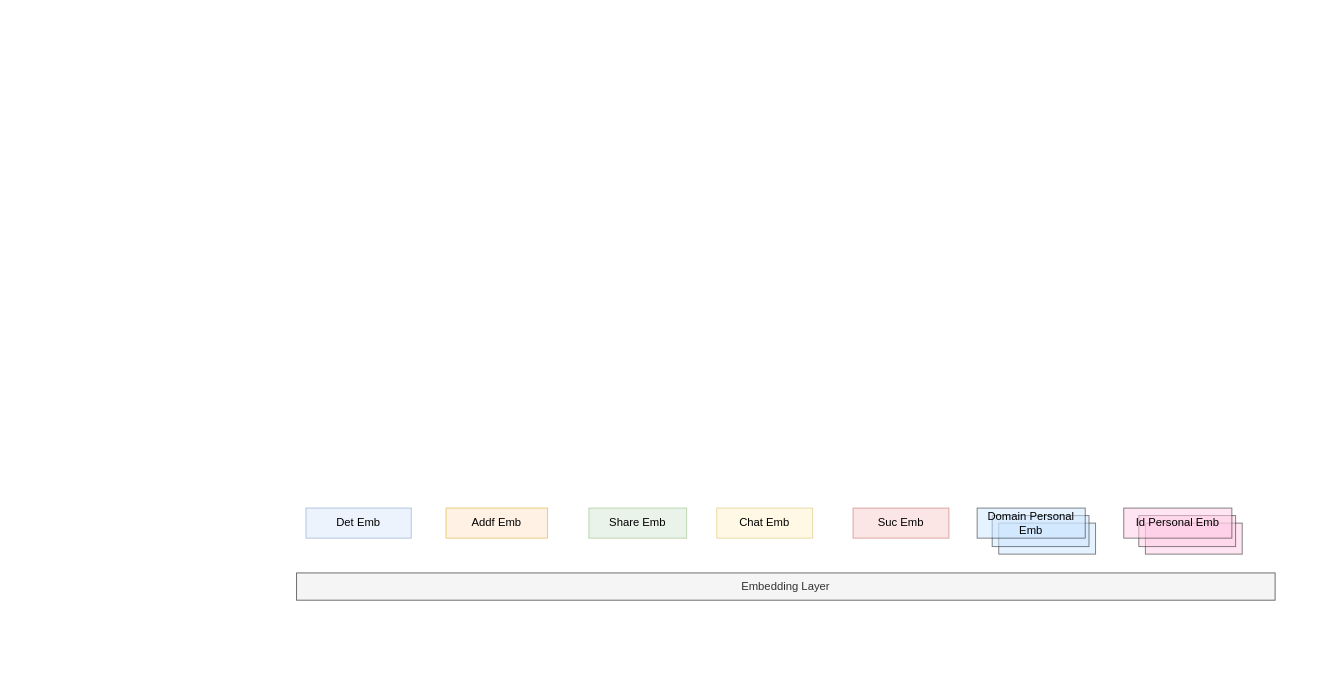
Before: 未命名绘图.drawio in HSUAID/Machine-Translation-by-Transformer, a draw.io diagram. Source tidied: cells renumbered, new cells numbered last; positions are measured from the earlier drawing's top-left corner, leaving out a move shared by most shapes. Both pictures are drawn from the tidied source at 94%, with x=0, y=0 at pixel (296, 508).
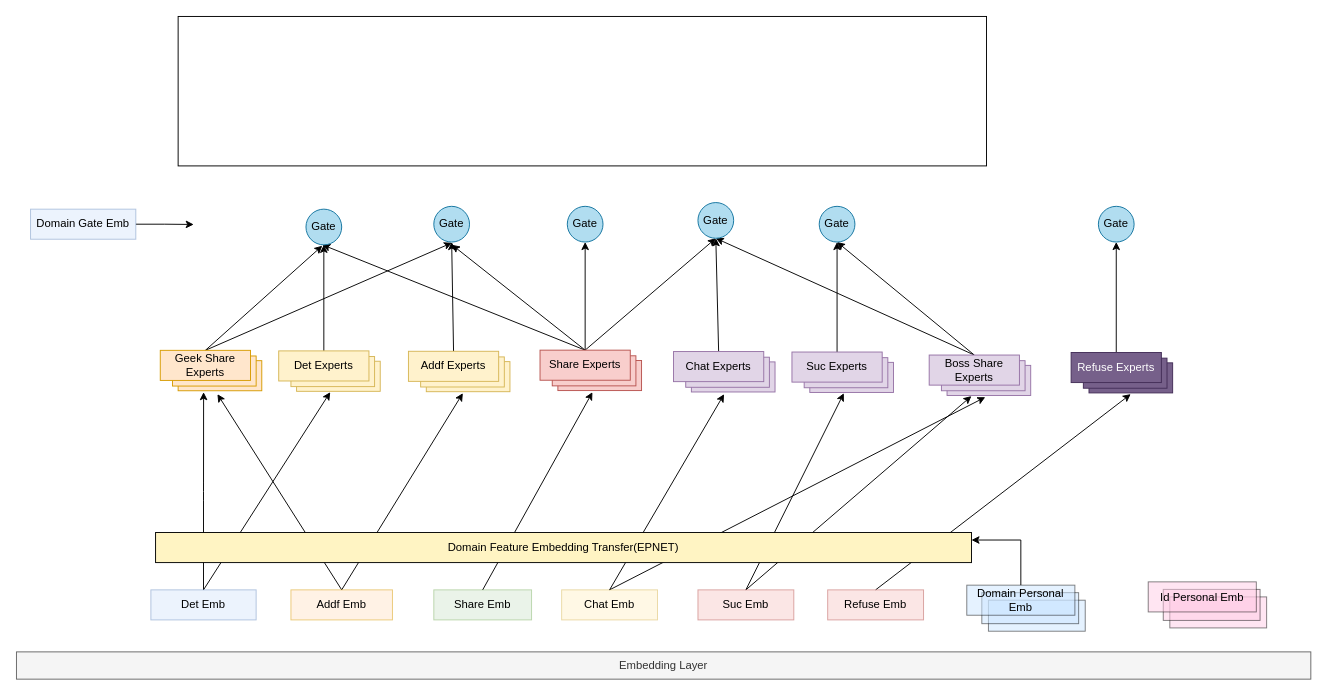
The same diagram, later.

Commit message (it also covers changes not shown here):
更新未命名绘图.drawio

Change to the diagram source:
```diff
@@
     <mxCell id="2" value="Embedding Layer" style="whiteSpace=wrap;html=1;fillColor=#f5f5f5;fontColor=#333333;strokeColor=#666666;" parent="1" vertex="1">
-      <mxGeometry y="69" width="1041" height="29" as="geometry" />
+      <mxGeometry x="-298" y="153" width="1377" height="29" as="geometry" />
     </mxCell>
+    <mxCell id="14" style="edgeStyle=orthogonalEdgeStyle;rounded=1;jettySize=auto;html=1;exitX=0.5;exitY=0;exitDx=0;exitDy=0;curved=0;" parent="1" edge="1" source="3">
+      <mxGeometry relative="1" as="geometry">
+        <mxPoint x="-98.9" y="-123.3" as="targetPoint" />
+      </mxGeometry>
+    </mxCell>
+    <mxCell id="15" style="rounded=1;jettySize=auto;html=1;exitX=0.5;exitY=0;exitDx=0;exitDy=0;curved=0;" parent="1" edge="1" source="3">
+      <mxGeometry relative="1" as="geometry">
+        <mxPoint x="35.8" y="-123.3" as="targetPoint" />
+      </mxGeometry>
+    </mxCell>
     <mxCell id="3" value="Det Emb" style="rounded=0;whiteSpace=wrap;html=1;fillColor=#dae8fc;strokeColor=#6c8ebf;opacity=50;" parent="1" vertex="1">
-      <mxGeometry x="10" width="112" height="32" as="geometry" />
+      <mxGeometry x="-155" y="87" width="112" height="32" as="geometry" />
     </mxCell>
+    <mxCell id="16" style="edgeStyle=orthogonalEdgeStyle;rounded=1;jettySize=auto;html=1;exitX=0.5;exitY=0;exitDx=0;exitDy=0;curved=0;strokeColor=none;" parent="1" edge="1" source="4">
+      <mxGeometry relative="1" as="geometry">
+        <mxPoint x="-74.7" y="-124.3" as="targetPoint" />
+      </mxGeometry>
+    </mxCell>
+    <mxCell id="17" style="rounded=1;jettySize=auto;html=1;exitX=0.5;exitY=0;exitDx=0;exitDy=0;curved=0;" parent="1" edge="1" source="4">
+      <mxGeometry relative="1" as="geometry">
+        <mxPoint x="-84.2" y="-121.2" as="targetPoint" />
+      </mxGeometry>
+    </mxCell>
+    <mxCell id="18" style="rounded=1;jettySize=auto;html=1;exitX=0.5;exitY=0;exitDx=0;exitDy=0;curved=0;" parent="1" edge="1" source="4">
+      <mxGeometry relative="1" as="geometry">
+        <mxPoint x="176.9" y="-122.2" as="targetPoint" />
+      </mxGeometry>
+    </mxCell>
     <mxCell id="4" value="Addf Emb" style="rounded=0;whiteSpace=wrap;html=1;fillColor=#ffe6cc;strokeColor=#d79b00;opacity=50;" parent="1" vertex="1">
-      <mxGeometry x="159" width="108" height="32" as="geometry" />
+      <mxGeometry x="-6" y="87" width="108" height="32" as="geometry" />
     </mxCell>
+    <mxCell id="19" style="rounded=1;jettySize=auto;html=1;exitX=0.5;exitY=0;exitDx=0;exitDy=0;curved=0;" parent="1" edge="1" source="5">
+      <mxGeometry relative="1" as="geometry">
+        <mxPoint x="732.7" y="-118" as="targetPoint" />
+      </mxGeometry>
+    </mxCell>
     <mxCell id="5" value="Chat Emb" style="rounded=0;whiteSpace=wrap;html=1;fillColor=#fff2cc;strokeColor=#d6b656;opacity=50;" parent="1" vertex="1">
-      <mxGeometry x="447" width="102" height="32" as="geometry" />
+      <mxGeometry x="282" y="87" width="102" height="32" as="geometry" />
     </mxCell>
+    <mxCell id="20" style="rounded=1;jettySize=auto;html=1;exitX=0.5;exitY=0;exitDx=0;exitDy=0;curved=0;" parent="1" edge="1" source="6">
+      <mxGeometry relative="1" as="geometry">
+        <mxPoint x="582.2" y="-122.2" as="targetPoint" />
+      </mxGeometry>
+    </mxCell>
+    <mxCell id="21" style="rounded=1;jettySize=auto;html=1;exitX=0.5;exitY=0;exitDx=0;exitDy=0;curved=0;" parent="1" edge="1" source="6">
+      <mxGeometry relative="1" as="geometry">
+        <mxPoint x="717.9" y="-119.1" as="targetPoint" />
+      </mxGeometry>
+    </mxCell>
     <mxCell id="6" value="Suc Emb" style="rounded=0;whiteSpace=wrap;html=1;fillColor=#f8cecc;strokeColor=#b85450;opacity=50;" parent="1" vertex="1">
-      <mxGeometry x="592" width="102" height="32" as="geometry" />
+      <mxGeometry x="427" y="87" width="102" height="32" as="geometry" />
     </mxCell>
     <mxCell id="7" value="Share Emb" style="rounded=0;whiteSpace=wrap;html=1;fillColor=#d5e8d4;strokeColor=#82b366;opacity=50;" parent="1" vertex="1">
-      <mxGeometry x="311" width="104" height="32" as="geometry" />
+      <mxGeometry x="146" y="87" width="104" height="32" as="geometry" />
     </mxCell>
     <mxCell id="8" style="whiteSpace=wrap;html=1;fillColor=#CCE5FF;opacity=50;" parent="1" vertex="1">
-      <mxGeometry x="747" y="16" width="103" height="33" as="geometry" />
+      <mxGeometry x="736" y="98" width="103" height="33" as="geometry" />
     </mxCell>
     <mxCell id="9" style="whiteSpace=wrap;html=1;fillColor=#CCE5FF;opacity=50;" parent="1" vertex="1">
-      <mxGeometry x="740" y="8" width="103" height="33" as="geometry" />
+      <mxGeometry x="729" y="90" width="103" height="33" as="geometry" />
     </mxCell>
+    <mxCell id="22" style="edgeStyle=orthogonalEdgeStyle;rounded=0;jettySize=auto;html=1;exitX=0.5;exitY=0;exitDx=0;exitDy=0;entryX=1;entryY=0.25;entryDx=0;entryDy=0;" parent="1" edge="1" source="10" target="64">
+      <mxGeometry relative="1" as="geometry" />
+    </mxCell>
     <mxCell id="10" value="Domain Personal Emb" style="rounded=0;whiteSpace=wrap;html=1;fillColor=#CCE5FF;opacity=50;" parent="1" vertex="1">
-      <mxGeometry x="724" width="115" height="32" as="geometry" />
+      <mxGeometry x="713" y="82" width="115" height="32" as="geometry" />
     </mxCell>
     <mxCell id="11" style="whiteSpace=wrap;html=1;gradientColor=none;fillColor=#FFCCE6;opacity=50;" parent="1" vertex="1">
-      <mxGeometry x="903" y="16" width="103" height="33" as="geometry" />
+      <mxGeometry x="929" y="94.5" width="103" height="33" as="geometry" />
     </mxCell>
     <mxCell id="12" style="whiteSpace=wrap;html=1;gradientColor=none;fillColor=#FFCCE6;opacity=50;" parent="1" vertex="1">
-      <mxGeometry x="896" y="8" width="103" height="33" as="geometry" />
+      <mxGeometry x="922" y="86.5" width="103" height="33" as="geometry" />
     </mxCell>
     <mxCell id="13" value="Id Personal Emb" style="rounded=0;whiteSpace=wrap;html=1;gradientColor=none;fillColor=#FFCCE6;opacity=50;" parent="1" vertex="1">
-      <mxGeometry x="880" width="115" height="32" as="geometry" />
+      <mxGeometry x="906" y="78.5" width="115" height="32" as="geometry" />
     </mxCell>
+    <mxCell id="23" style="rounded=0;whiteSpace=wrap;html=1;fillColor=#ffe6cc;strokeColor=#d79b00;" parent="1" vertex="1">
+      <mxGeometry x="-126" y="-156.8" width="89" height="32" as="geometry" />
+    </mxCell>
+    <mxCell id="24" style="rounded=0;whiteSpace=wrap;html=1;fillColor=#ffe6cc;strokeColor=#d79b00;" parent="1" vertex="1">
+      <mxGeometry x="-132" y="-161.8" width="89" height="32" as="geometry" />
+    </mxCell>
+    <mxCell id="25" style="rounded=0;jettySize=auto;html=1;exitX=0.5;exitY=0;exitDx=0;exitDy=0;" parent="1" edge="1" source="27">
+      <mxGeometry relative="1" as="geometry">
+        <mxPoint x="27.4" y="-279.1" as="targetPoint" />
+      </mxGeometry>
+    </mxCell>
+    <mxCell id="26" style="rounded=0;jettySize=auto;html=1;exitX=0.5;exitY=0;exitDx=0;exitDy=0;" parent="1" edge="1" source="27">
+      <mxGeometry relative="1" as="geometry">
+        <mxPoint x="165.3" y="-282.2" as="targetPoint" />
+      </mxGeometry>
+    </mxCell>
+    <mxCell id="27" value="Geek Share Experts" style="rounded=0;whiteSpace=wrap;html=1;fillColor=#ffe6cc;strokeColor=#d79b00;" parent="1" vertex="1">
+      <mxGeometry x="-145" y="-167.8" width="96" height="32" as="geometry" />
+    </mxCell>
+    <mxCell id="28" style="rounded=0;whiteSpace=wrap;html=1;fillColor=#fff2cc;strokeColor=#d6b656;" parent="1" vertex="1">
+      <mxGeometry y="-156.2" width="89" height="32" as="geometry" />
+    </mxCell>
+    <mxCell id="29" style="rounded=0;whiteSpace=wrap;html=1;fillColor=#fff2cc;strokeColor=#d6b656;" parent="1" vertex="1">
+      <mxGeometry x="-6" y="-161.2" width="89" height="32" as="geometry" />
+    </mxCell>
+    <mxCell id="30" style="rounded=0;jettySize=auto;html=1;exitX=0.5;exitY=0;exitDx=0;exitDy=0;entryX=0.5;entryY=1;entryDx=0;entryDy=0;" parent="1" edge="1" source="31" target="65">
+      <mxGeometry relative="1" as="geometry" />
+    </mxCell>
+    <mxCell id="31" value="Det Experts" style="rounded=0;whiteSpace=wrap;html=1;fillColor=#fff2cc;strokeColor=#d6b656;" parent="1" vertex="1">
+      <mxGeometry x="-19" y="-167.2" width="96" height="32" as="geometry" />
+    </mxCell>
+    <mxCell id="32" style="rounded=0;whiteSpace=wrap;html=1;fillColor=#fff2cc;strokeColor=#d6b656;" parent="1" vertex="1">
+      <mxGeometry x="138" y="-155.8" width="89" height="32" as="geometry" />
+    </mxCell>
+    <mxCell id="33" style="rounded=0;whiteSpace=wrap;html=1;fillColor=#fff2cc;strokeColor=#d6b656;" parent="1" vertex="1">
+      <mxGeometry x="132" y="-160.8" width="89" height="32" as="geometry" />
+    </mxCell>
+    <mxCell id="34" style="rounded=0;jettySize=auto;html=1;exitX=0.5;exitY=0;exitDx=0;exitDy=0;entryX=0.5;entryY=1;entryDx=0;entryDy=0;" parent="1" edge="1" source="35" target="66">
+      <mxGeometry relative="1" as="geometry" />
+    </mxCell>
+    <mxCell id="35" value="Addf Experts" style="rounded=0;whiteSpace=wrap;html=1;fillColor=#fff2cc;strokeColor=#d6b656;" parent="1" vertex="1">
+      <mxGeometry x="119" y="-166.8" width="96" height="32" as="geometry" />
+    </mxCell>
+    <mxCell id="36" style="rounded=0;whiteSpace=wrap;html=1;fillColor=#e1d5e7;strokeColor=#9673a6;" parent="1" vertex="1">
+      <mxGeometry x="420" y="-155.5" width="89" height="32" as="geometry" />
+    </mxCell>
+    <mxCell id="37" style="rounded=0;whiteSpace=wrap;html=1;fillColor=#e1d5e7;strokeColor=#9673a6;" parent="1" vertex="1">
+      <mxGeometry x="414" y="-160.5" width="89" height="32" as="geometry" />
+    </mxCell>
+    <mxCell id="38" style="rounded=0;jettySize=auto;html=1;exitX=0.5;exitY=0;exitDx=0;exitDy=0;entryX=0.5;entryY=1;entryDx=0;entryDy=0;" parent="1" edge="1" source="39" target="68">
+      <mxGeometry relative="1" as="geometry" />
+    </mxCell>
+    <mxCell id="39" value="Chat Experts" style="rounded=0;whiteSpace=wrap;html=1;fillColor=#e1d5e7;strokeColor=#9673a6;" parent="1" vertex="1">
+      <mxGeometry x="401" y="-166.5" width="96" height="32" as="geometry" />
+    </mxCell>
+    <mxCell id="40" style="rounded=0;whiteSpace=wrap;html=1;fillColor=#e1d5e7;strokeColor=#9673a6;" parent="1" vertex="1">
+      <mxGeometry x="546" y="-155" width="89" height="32" as="geometry" />
+    </mxCell>
+    <mxCell id="41" style="rounded=0;whiteSpace=wrap;html=1;fillColor=#e1d5e7;strokeColor=#9673a6;" parent="1" vertex="1">
+      <mxGeometry x="540" y="-160" width="89" height="32" as="geometry" />
+    </mxCell>
+    <mxCell id="42" style="rounded=0;jettySize=auto;html=1;exitX=0.5;exitY=0;exitDx=0;exitDy=0;entryX=0.5;entryY=1;entryDx=0;entryDy=0;" parent="1" edge="1" source="43" target="69">
+      <mxGeometry relative="1" as="geometry" />
+    </mxCell>
+    <mxCell id="43" value="Suc Experts" style="rounded=0;whiteSpace=wrap;html=1;fillColor=#e1d5e7;strokeColor=#9673a6;" parent="1" vertex="1">
+      <mxGeometry x="527" y="-166" width="96" height="32" as="geometry" />
+    </mxCell>
+    <mxCell id="44" style="rounded=0;whiteSpace=wrap;html=1;fillColor=#e1d5e7;strokeColor=#9673a6;" parent="1" vertex="1">
+      <mxGeometry x="692" y="-151.8" width="89" height="32" as="geometry" />
+    </mxCell>
+    <mxCell id="45" style="rounded=0;whiteSpace=wrap;html=1;fillColor=#e1d5e7;strokeColor=#9673a6;" parent="1" vertex="1">
+      <mxGeometry x="686" y="-156.8" width="89" height="32" as="geometry" />
+    </mxCell>
+    <mxCell id="46" style="rounded=0;jettySize=auto;html=1;exitX=0.5;exitY=0;exitDx=0;exitDy=0;entryX=0.5;entryY=1;entryDx=0;entryDy=0;" parent="1" edge="1" source="48" target="68">
+      <mxGeometry relative="1" as="geometry" />
+    </mxCell>
+    <mxCell id="47" style="rounded=0;jettySize=auto;html=1;exitX=0.5;exitY=0;exitDx=0;exitDy=0;entryX=0.5;entryY=1;entryDx=0;entryDy=0;" parent="1" edge="1" source="48" target="69">
+      <mxGeometry relative="1" as="geometry" />
+    </mxCell>
+    <mxCell id="48" value="Boss Share Experts" style="rounded=0;whiteSpace=wrap;html=1;fillColor=#e1d5e7;strokeColor=#9673a6;" parent="1" vertex="1">
+      <mxGeometry x="673" y="-162.8" width="96" height="32" as="geometry" />
+    </mxCell>
+    <mxCell id="49" style="rounded=0;whiteSpace=wrap;html=1;fillColor=#f8cecc;strokeColor=#b85450;" parent="1" vertex="1">
+      <mxGeometry x="278" y="-157" width="89" height="32" as="geometry" />
+    </mxCell>
+    <mxCell id="50" style="rounded=0;whiteSpace=wrap;html=1;fillColor=#f8cecc;strokeColor=#b85450;" parent="1" vertex="1">
+      <mxGeometry x="272" y="-162" width="89" height="32" as="geometry" />
+    </mxCell>
+    <mxCell id="51" style="rounded=0;jettySize=auto;html=1;exitX=0.5;exitY=0;exitDx=0;exitDy=0;" parent="1" edge="1" source="55">
+      <mxGeometry relative="1" as="geometry">
+        <mxPoint x="27.4" y="-280.1" as="targetPoint" />
+      </mxGeometry>
+    </mxCell>
+    <mxCell id="52" style="rounded=0;jettySize=auto;html=1;exitX=0.5;exitY=0;exitDx=0;exitDy=0;" parent="1" edge="1" source="55">
+      <mxGeometry relative="1" as="geometry">
+        <mxPoint x="165.3" y="-280.1" as="targetPoint" />
+      </mxGeometry>
+    </mxCell>
+    <mxCell id="53" style="edgeStyle=orthogonalEdgeStyle;rounded=0;jettySize=auto;html=1;exitX=0.5;exitY=0;exitDx=0;exitDy=0;entryX=0.5;entryY=1;entryDx=0;entryDy=0;" parent="1" edge="1" source="55" target="67">
+      <mxGeometry relative="1" as="geometry" />
+    </mxCell>
+    <mxCell id="54" style="rounded=0;jettySize=auto;html=1;exitX=0.5;exitY=0;exitDx=0;exitDy=0;entryX=0.5;entryY=1;entryDx=0;entryDy=0;" parent="1" edge="1" source="55" target="68">
+      <mxGeometry relative="1" as="geometry" />
+    </mxCell>
+    <mxCell id="55" value="Share Experts" style="rounded=0;whiteSpace=wrap;html=1;fillColor=#f8cecc;strokeColor=#b85450;" parent="1" vertex="1">
+      <mxGeometry x="259" y="-168" width="96" height="32" as="geometry" />
+    </mxCell>
+    <mxCell id="56" style="rounded=1;jettySize=auto;html=1;exitX=0.5;exitY=0;exitDx=0;exitDy=0;curved=0;" parent="1" edge="1" source="57">
+      <mxGeometry relative="1" as="geometry">
+        <mxPoint x="887.4" y="-121.2" as="targetPoint" />
+      </mxGeometry>
+    </mxCell>
+    <mxCell id="57" value="Refuse Emb" style="rounded=0;whiteSpace=wrap;html=1;fillColor=#f8cecc;strokeColor=#b85450;opacity=50;" parent="1" vertex="1">
+      <mxGeometry x="565" y="87" width="102" height="32" as="geometry" />
+    </mxCell>
+    <mxCell id="58" style="rounded=1;jettySize=auto;html=1;exitX=0.5;exitY=0;exitDx=0;exitDy=0;entryX=0.413;entryY=1.054;entryDx=0;entryDy=0;entryPerimeter=0;curved=0;" parent="1" edge="1" source="7" target="49">
+      <mxGeometry relative="1" as="geometry" />
+    </mxCell>
+    <mxCell id="59" style="rounded=1;jettySize=auto;html=1;exitX=0.5;exitY=0;exitDx=0;exitDy=0;entryX=0.391;entryY=1.073;entryDx=0;entryDy=0;entryPerimeter=0;curved=0;" parent="1" edge="1" source="5" target="36">
+      <mxGeometry relative="1" as="geometry" />
+    </mxCell>
+    <mxCell id="60" style="rounded=0;whiteSpace=wrap;html=1;fillColor=#76608a;strokeColor=#432D57;fontColor=#ffffff;" parent="1" vertex="1">
+      <mxGeometry x="843" y="-154.5" width="89" height="32" as="geometry" />
+    </mxCell>
+    <mxCell id="61" style="rounded=0;whiteSpace=wrap;html=1;fillColor=#76608a;strokeColor=#432D57;fontColor=#ffffff;" parent="1" vertex="1">
+      <mxGeometry x="837" y="-159.5" width="89" height="32" as="geometry" />
+    </mxCell>
+    <mxCell id="62" style="edgeStyle=orthogonalEdgeStyle;rounded=0;jettySize=auto;html=1;exitX=0.5;exitY=0;exitDx=0;exitDy=0;entryX=0.5;entryY=1;entryDx=0;entryDy=0;" parent="1" edge="1" source="63" target="70">
+      <mxGeometry relative="1" as="geometry" />
+    </mxCell>
+    <mxCell id="63" value="Refuse Experts" style="rounded=0;whiteSpace=wrap;html=1;fillColor=#76608a;strokeColor=#432D57;fontColor=#ffffff;" parent="1" vertex="1">
+      <mxGeometry x="824" y="-165.5" width="96" height="32" as="geometry" />
+    </mxCell>
+    <mxCell id="64" value="Domain Feature Embedding Transfer(EPNET)" style="whiteSpace=wrap;html=1;fillColor=#FFF4C3;" parent="1" vertex="1">
+      <mxGeometry x="-150" y="26" width="868" height="32" as="geometry" />
+    </mxCell>
+    <mxCell id="65" value="Gate" style="ellipse;whiteSpace=wrap;html=1;fillColor=#b1ddf0;strokeColor=#10739e;" parent="1" vertex="1">
+      <mxGeometry x="10" y="-318" width="38" height="38" as="geometry" />
+    </mxCell>
+    <mxCell id="66" value="Gate" style="ellipse;whiteSpace=wrap;html=1;fillColor=#b1ddf0;strokeColor=#10739e;" parent="1" vertex="1">
+      <mxGeometry x="146" y="-321" width="38" height="38" as="geometry" />
+    </mxCell>
+    <mxCell id="67" value="Gate" style="ellipse;whiteSpace=wrap;html=1;fillColor=#b1ddf0;strokeColor=#10739e;" parent="1" vertex="1">
+      <mxGeometry x="288" y="-321" width="38" height="38" as="geometry" />
+    </mxCell>
+    <mxCell id="68" value="Gate" style="ellipse;whiteSpace=wrap;html=1;fillColor=#b1ddf0;strokeColor=#10739e;" parent="1" vertex="1">
+      <mxGeometry x="427" y="-325" width="38" height="38" as="geometry" />
+    </mxCell>
+    <mxCell id="69" value="Gate" style="ellipse;whiteSpace=wrap;html=1;fillColor=#b1ddf0;strokeColor=#10739e;" parent="1" vertex="1">
+      <mxGeometry x="556" y="-321" width="38" height="38" as="geometry" />
+    </mxCell>
+    <mxCell id="70" value="Gate" style="ellipse;whiteSpace=wrap;html=1;fillColor=#b1ddf0;strokeColor=#10739e;" parent="1" vertex="1">
+      <mxGeometry x="853" y="-321" width="38" height="38" as="geometry" />
+    </mxCell>
+    <mxCell id="71" style="edgeStyle=orthogonalEdgeStyle;rounded=0;jettySize=auto;html=1;exitX=1;exitY=0.5;exitDx=0;exitDy=0;" parent="1" edge="1" source="72">
+      <mxGeometry relative="1" as="geometry">
+        <mxPoint x="-109.4" y="-301.7" as="targetPoint" />
+      </mxGeometry>
+    </mxCell>
+    <mxCell id="72" value="Domain Gate Emb" style="rounded=0;whiteSpace=wrap;html=1;fillColor=#dae8fc;strokeColor=#6c8ebf;opacity=50;" parent="1" vertex="1">
+      <mxGeometry x="-283" y="-318" width="112" height="32" as="geometry" />
+    </mxCell>
+    <mxCell id="73" style="rounded=0;whiteSpace=wrap;html=1;" parent="1" vertex="1">
+      <mxGeometry x="-126" y="-523" width="860" height="159" as="geometry" />
+    </mxCell>
```
